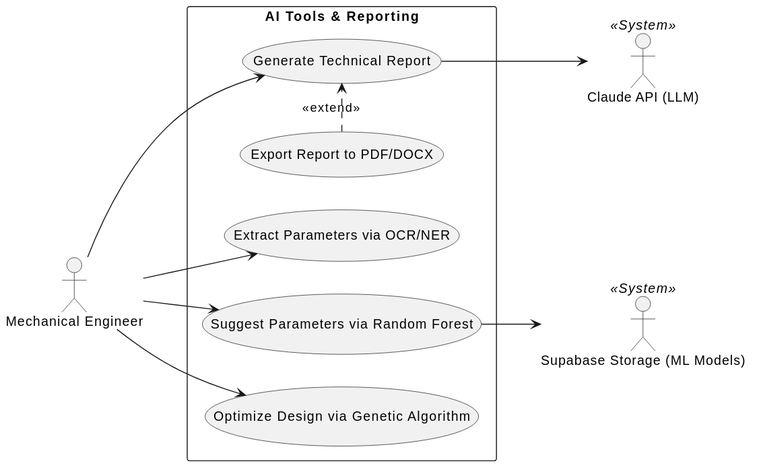
This is docs/uml/uc_ai.svg from dvydinh/mechdrive, a PlantUML export, as it was before one commit.
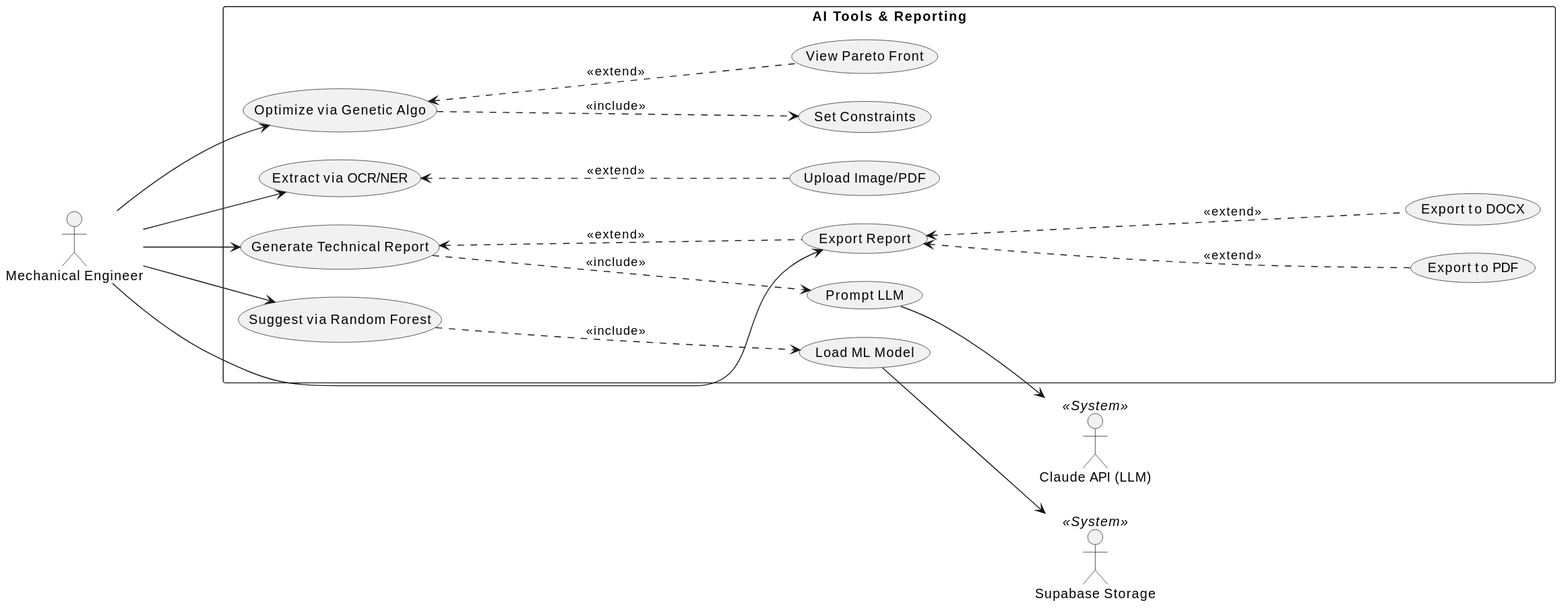
The same file after the commit.

Commit message:
sua layout usecase

Change to the diagram source:
```diff
@@ -1,27 +1,50 @@
 @startuml
 left to right direction
 skinparam packageStyle rectangle
+skinparam nodesep 30
+skinparam ranksep 100
+skinparam wrapWidth 200
 
 actor "Mechanical Engineer" as eng
+actor "Supabase Storage" as store << System >>
+actor "Claude API (LLM)" as claude << System >>
 
 package "AI Tools & Reporting" {
-  usecase "Extract Parameters via OCR/NER" as UC10
-  usecase "Suggest Parameters via Random Forest" as UC11
-  usecase "Optimize Design via Genetic Algorithm" as UC12
-  usecase "Generate Technical Report" as UC13
-  usecase "Export Report to PDF/DOCX" as UC14
+  usecase "Extract via OCR/NER" as UC1
+  usecase "Upload Image/PDF" as UC1_1
+
+  usecase "Suggest via Random Forest" as UC2
+  usecase "Load ML Model" as UC2_1
+
+  usecase "Optimize via Genetic Algo" as UC3
+  usecase "Set Constraints" as UC3_1
+  usecase "View Pareto Front" as UC3_2
+
+  usecase "Generate Technical Report" as UC4
+  usecase "Prompt LLM" as UC4_1
+
+  usecase "Export Report" as UC5
+  usecase "Export to PDF" as UC5_1
+  usecase "Export to DOCX" as UC5_2
 }
 
-actor "Supabase Storage (ML Models)" as store << System >>
-actor "Claude API (LLM)" as claude << System >>
+eng --> UC1
+UC1_1 ..up..> UC1 : <<extend>>
 
-eng --> UC10
-eng --> UC11
-eng --> UC12
-eng --> UC13
+eng --> UC2
+UC2 ..down..> UC2_1 : <<include>>
+UC2_1 --> store
 
-UC14 .> UC13 : <<extend>>
+eng --> UC3
+UC3 ..down..> UC3_1 : <<include>>
+UC3_2 ..up..> UC3 : <<extend>>
 
-UC11 --> store
-UC13 --> claude
+eng --> UC4
+UC4 ..down..> UC4_1 : <<include>>
+UC4_1 --> claude
+
+eng --> UC5
+UC5_1 ..up..> UC5 : <<extend>>
+UC5_2 ..up..> UC5 : <<extend>>
+UC5 ..up..> UC4 : <<extend>>
 @enduml
```
